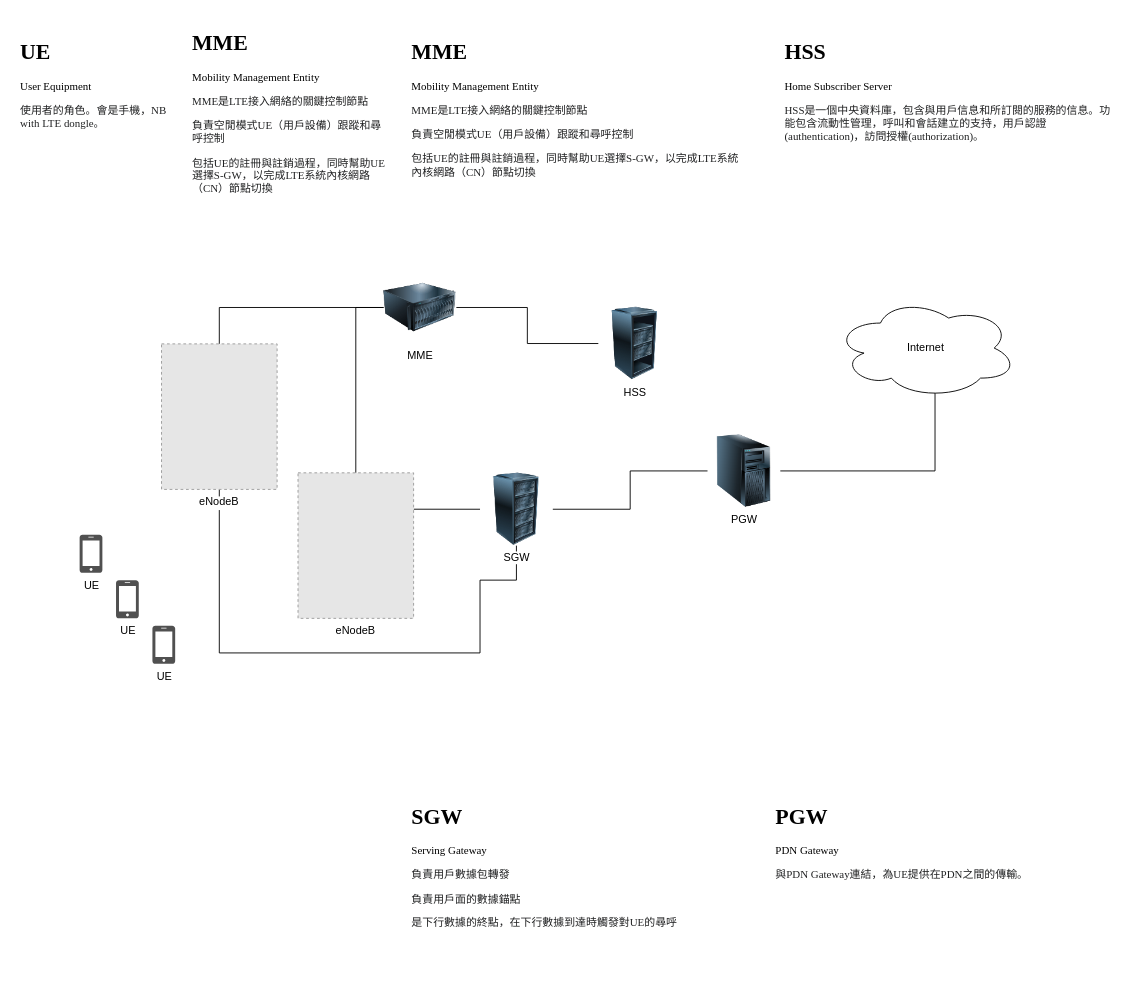
Before: LTE.drawio in nelsonchung/drawio, a draw.io diagram. Source tidied: cells renumbered, new cells numbered last; positions are measured from the earlier drawing's top-left corner, leaving out a move shared by most shapes. Both pictures are drawn from the tidied source at 91%, with x=0, y=0 at pixel (15, 25). Pictures stored in the file or linked from it are replaced by grey dashed boxes.
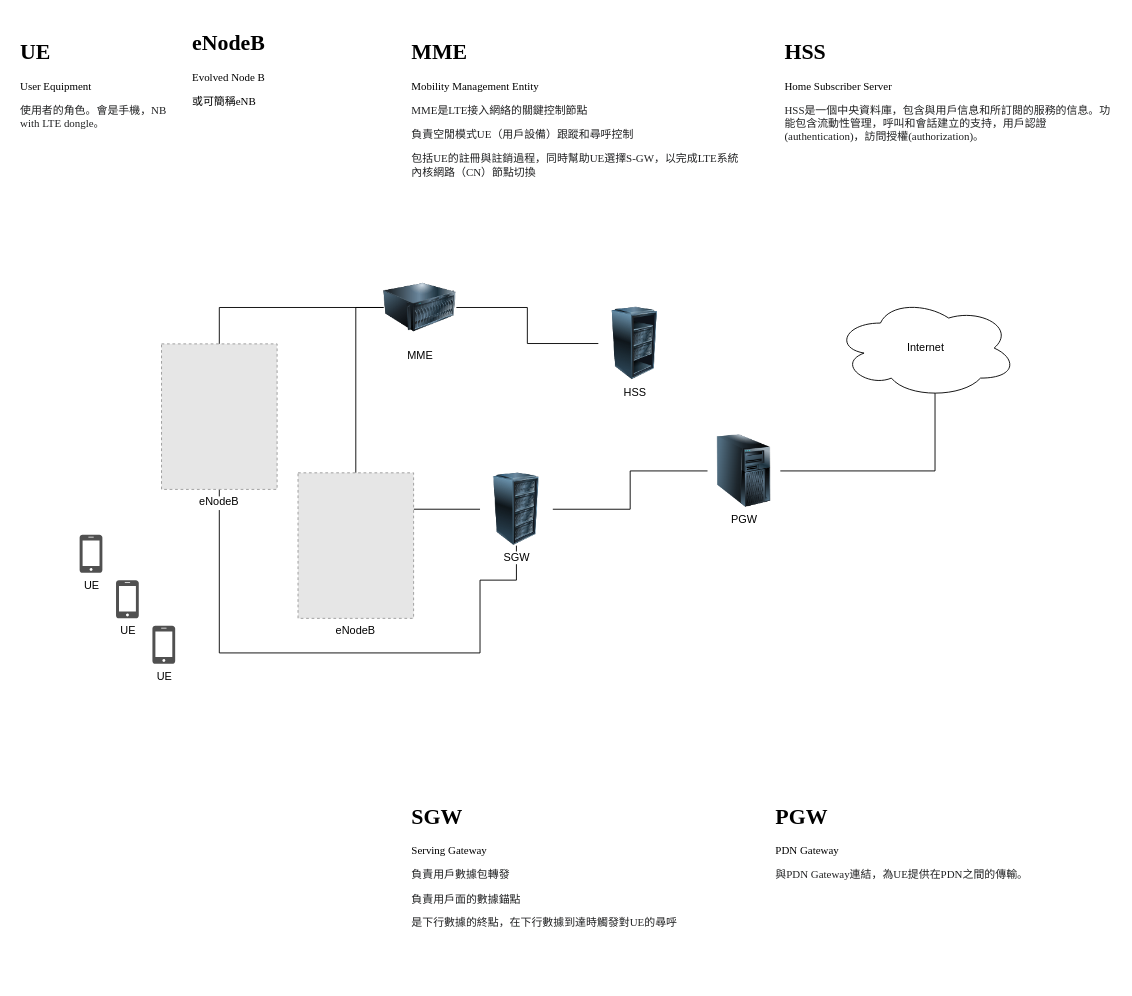
The same diagram, later.

Diff of the diagram source:
```diff
@@
-    <mxCell id="24" value="&lt;h1&gt;&lt;font face=&quot;Times New Roman&quot;&gt;MME&lt;/font&gt;&lt;/h1&gt;&lt;p&gt;&lt;font face=&quot;Times New Roman&quot; style=&quot;font-size: 12px&quot;&gt;Mobility Management Entity&lt;/font&gt;&lt;/p&gt;&lt;p&gt;&lt;font face=&quot;Times New Roman&quot; style=&quot;font-size: 12px&quot;&gt;&lt;span style=&quot;color: rgb(32 , 33 , 34) ; background-color: rgb(255 , 255 , 255)&quot;&gt;MME是LTE接入網絡的關鍵控制節點&lt;/span&gt;&lt;br&gt;&lt;/font&gt;&lt;/p&gt;&lt;p&gt;&lt;font face=&quot;Times New Roman&quot; style=&quot;font-size: 12px&quot;&gt;&lt;span style=&quot;color: rgb(32 , 33 , 34) ; background-color: rgb(255 , 255 , 255)&quot;&gt;負責空閒模式UE（用戶設備）跟蹤和尋呼控制&lt;/span&gt;&lt;span style=&quot;color: rgb(32 , 33 , 34) ; background-color: rgb(255 , 255 , 255)&quot;&gt;&lt;br&gt;&lt;/span&gt;&lt;/font&gt;&lt;/p&gt;&lt;p&gt;&lt;span style=&quot;color: rgb(32 , 33 , 34) ; background-color: rgb(255 , 255 , 255)&quot;&gt;&lt;font face=&quot;Times New Roman&quot; style=&quot;font-size: 12px&quot;&gt;包括UE的註冊與註銷過程，同時幫助UE選擇S-GW，以完成LTE系統內核網路（CN）節點切換&lt;/font&gt;&lt;/span&gt;&lt;br&gt;&lt;/p&gt;" style="text;html=1;strokeColor=none;fillColor=none;spacing=5;spacingTop=-20;whiteSpace=wrap;overflow=hidden;rounded=0;" parent="1" vertex="1">
+    <mxCell id="24" value="&lt;h1&gt;&lt;font face=&quot;Times New Roman&quot;&gt;eNodeB&lt;/font&gt;&lt;/h1&gt;&lt;p&gt;&lt;font face=&quot;Times New Roman&quot;&gt;Evolved Node B&lt;/font&gt;&lt;/p&gt;&lt;p&gt;&lt;font face=&quot;Times New Roman&quot;&gt;或可簡稱eNB&lt;/font&gt;&lt;/p&gt;" style="text;html=1;strokeColor=none;fillColor=none;spacing=5;spacingTop=-20;whiteSpace=wrap;overflow=hidden;rounded=0;" parent="1" vertex="1">
       <mxGeometry x="188.5" width="221.5" height="200" as="geometry" />
     </mxCell>
```
